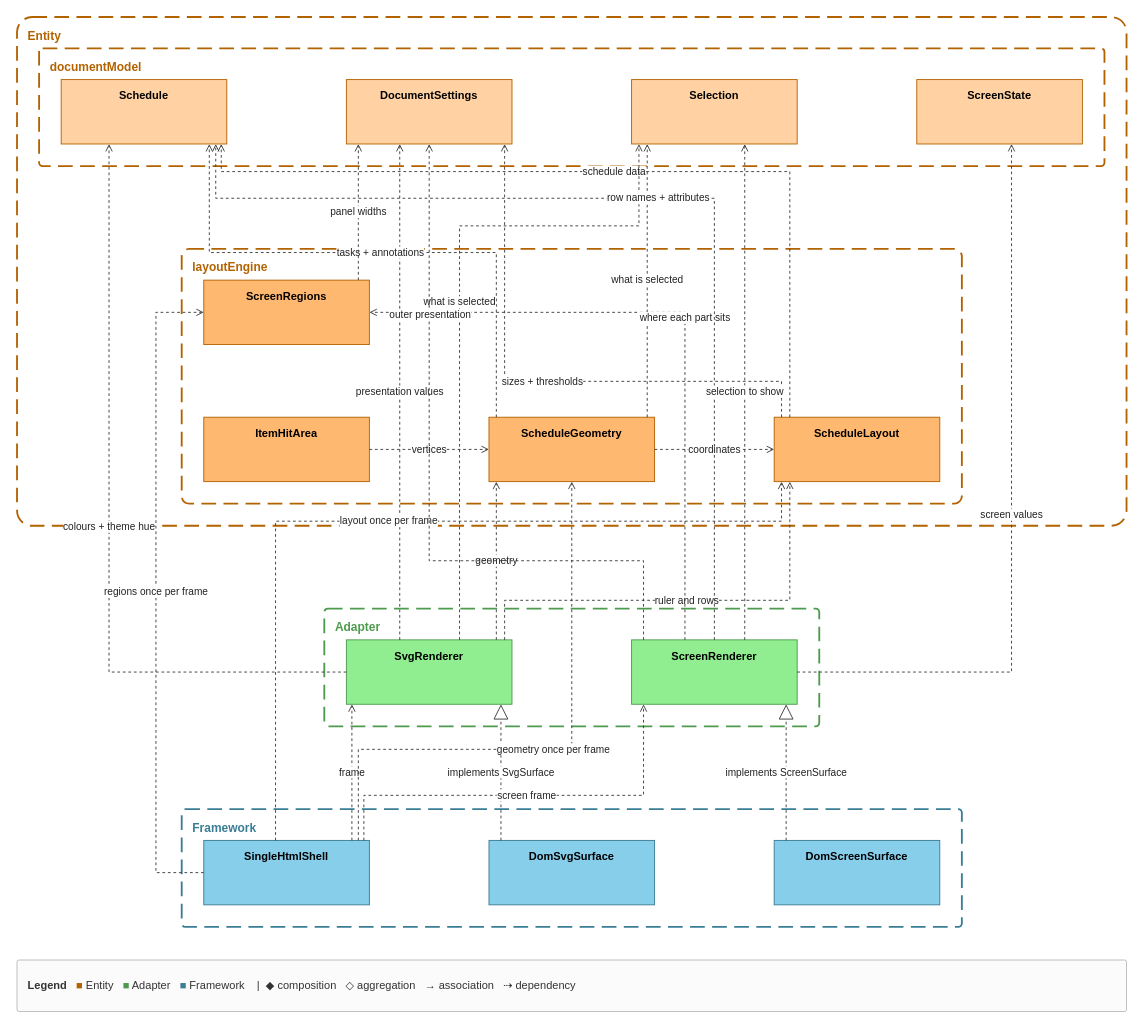
This is docs/spec/_source/view-read.drawio from GoodRelax/gr-scheduler, a draw.io file, before an edit. Source tidied: cells renumbered, new cells numbered last; positions are measured from the earlier drawing's top-left corner, leaving out a move shared by most shapes. Both pictures are drawn from the tidied source at 92%, with x=0, y=0 at pixel (17, 17).
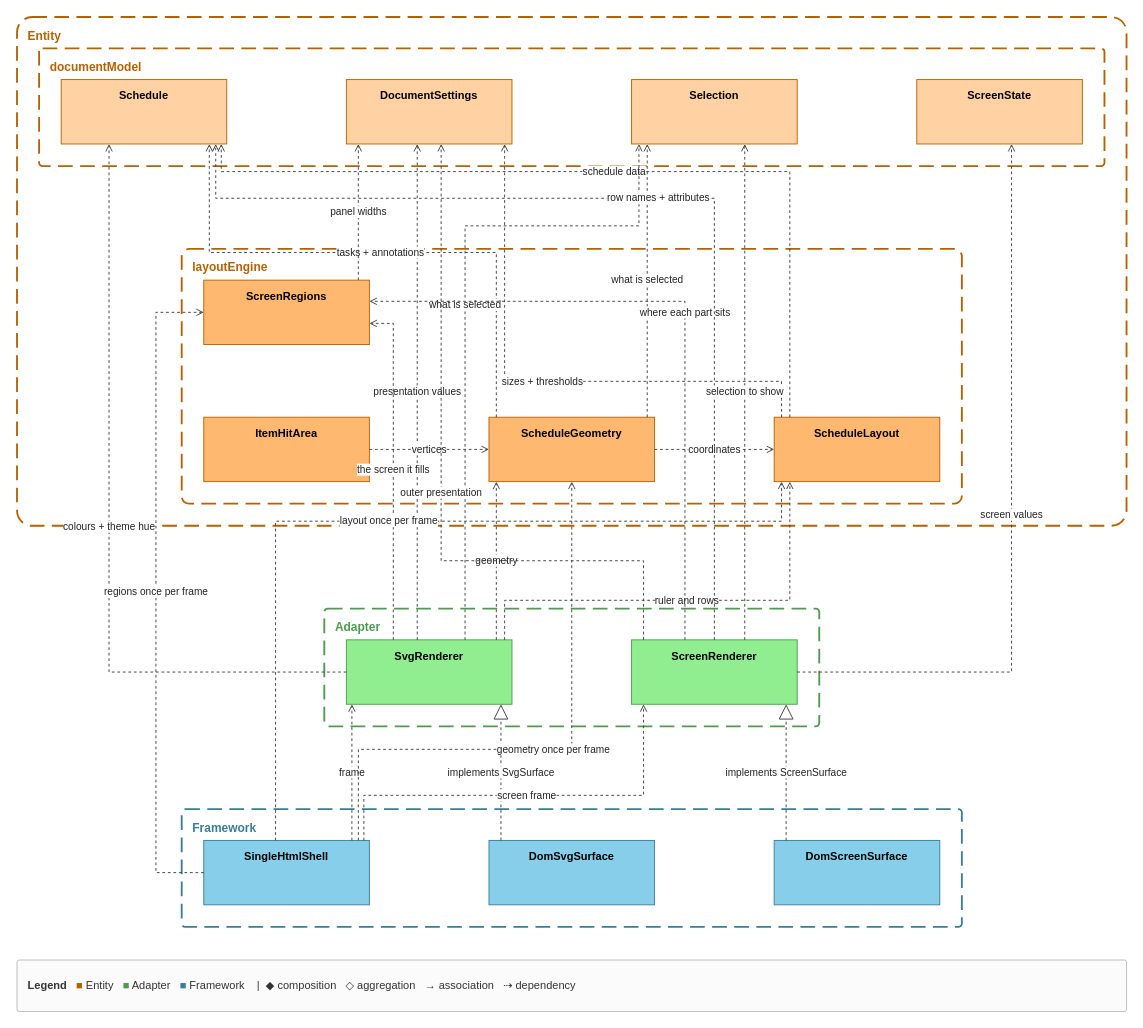
The same page after the edit.

Unchanged cells that the change refers to:
```xml
<mxCell id="7" value="&lt;b&gt;SingleHtmlShell&lt;/b&gt;" style="rounded=0;whiteSpace=wrap;html=1;verticalAlign=top;spacingTop=4;fillColor=#87CEEB;strokeColor=#3A7D95;" parent="1" vertex="1">
  <mxGeometry x="203" y="895" width="180" height="70" as="geometry" />
</mxCell>
<mxCell id="9" value="&lt;b&gt;SvgRenderer&lt;/b&gt;" style="rounded=0;whiteSpace=wrap;html=1;verticalAlign=top;spacingTop=4;fillColor=#90EE90;strokeColor=#4E9A4E;" parent="1" vertex="1">
  <mxGeometry x="358" y="677" width="180" height="70" as="geometry" />
</mxCell>
<mxCell id="10" value="&lt;b&gt;Schedule&lt;/b&gt;" style="rounded=0;whiteSpace=wrap;html=1;verticalAlign=top;spacingTop=4;fillColor=#FFD1A3;strokeColor=#B36200;" parent="1" vertex="1">
  <mxGeometry x="48" y="68" width="180" height="70" as="geometry" />
</mxCell>
<mxCell id="11" value="&lt;b&gt;DocumentSettings&lt;/b&gt;" style="rounded=0;whiteSpace=wrap;html=1;verticalAlign=top;spacingTop=4;fillColor=#FFD1A3;strokeColor=#B36200;" parent="1" vertex="1">
  <mxGeometry x="358" y="68" width="180" height="70" as="geometry" />
</mxCell>
<mxCell id="12" value="&lt;b&gt;ScheduleLayout&lt;/b&gt;" style="rounded=0;whiteSpace=wrap;html=1;verticalAlign=top;spacingTop=4;fillColor=#FFB870;strokeColor=#B36200;" parent="1" vertex="1">
  <mxGeometry x="823" y="435" width="180" height="70" as="geometry" />
</mxCell>
<mxCell id="13" value="&lt;b&gt;ScheduleGeometry&lt;/b&gt;" style="rounded=0;whiteSpace=wrap;html=1;verticalAlign=top;spacingTop=4;fillColor=#FFB870;strokeColor=#B36200;" parent="1" vertex="1">
  <mxGeometry x="513" y="435" width="180" height="70" as="geometry" />
</mxCell>
<mxCell id="15" value="&lt;b&gt;Selection&lt;/b&gt;" style="rounded=0;whiteSpace=wrap;html=1;verticalAlign=top;spacingTop=4;fillColor=#FFD1A3;strokeColor=#B36200;" parent="1" vertex="1">
  <mxGeometry x="668" y="68" width="180" height="70" as="geometry" />
</mxCell>
<mxCell id="16" value="&lt;b&gt;ScreenRegions&lt;/b&gt;" style="rounded=0;whiteSpace=wrap;html=1;verticalAlign=top;spacingTop=4;fillColor=#FFB870;strokeColor=#B36200;" parent="1" vertex="1">
  <mxGeometry x="203" y="286" width="180" height="70" as="geometry" />
</mxCell>
<mxCell id="17" value="&lt;b&gt;ScreenState&lt;/b&gt;" style="rounded=0;whiteSpace=wrap;html=1;verticalAlign=top;spacingTop=4;fillColor=#FFD1A3;strokeColor=#B36200;" parent="1" vertex="1">
  <mxGeometry x="978" y="68" width="180" height="70" as="geometry" />
</mxCell>
<mxCell id="18" value="&lt;b&gt;ScreenRenderer&lt;/b&gt;" style="rounded=0;whiteSpace=wrap;html=1;verticalAlign=top;spacingTop=4;fillColor=#90EE90;strokeColor=#4E9A4E;" parent="1" vertex="1">
  <mxGeometry x="668" y="677" width="180" height="70" as="geometry" />
</mxCell>
<mxCell id="19" value="&lt;b&gt;DomScreenSurface&lt;/b&gt;" style="rounded=0;whiteSpace=wrap;html=1;verticalAlign=top;spacingTop=4;fillColor=#87CEEB;strokeColor=#3A7D95;" parent="1" vertex="1">
  <mxGeometry x="823" y="895" width="180" height="70" as="geometry" />
</mxCell>
```

What changed in the source:
```diff
@@
     <mxCell id="23" value="presentation values" style="edgeStyle=orthogonalEdgeStyle;rounded=0;html=1;strokeColor=#3A3A3A;fontSize=11;fontColor=#222222;labelBackgroundColor=#FFFFFF;endArrow=open;dashed=1;" parent="1" edge="1" source="9" target="11">
       <mxGeometry relative="1" as="geometry">
         <Array as="points">
-          <mxPoint x="416" y="569" />
-          <mxPoint x="416" y="246" />
+          <mxPoint x="435" y="569" />
+          <mxPoint x="435" y="246" />
         </Array>
       </mxGeometry>
     </mxCell>
@@
     <mxCell id="29" value="what is selected" style="edgeStyle=orthogonalEdgeStyle;rounded=0;html=1;strokeColor=#3A3A3A;fontSize=11;fontColor=#222222;labelBackgroundColor=#FFFFFF;endArrow=open;dashed=1;" parent="1" edge="1" source="9" target="15">
       <mxGeometry relative="1" as="geometry">
         <Array as="points">
-          <mxPoint x="481" y="565" />
-          <mxPoint x="481" y="227" />
-          <mxPoint x="481" y="227" />
-          <mxPoint x="481" y="227" />
+          <mxPoint x="487" y="565" />
+          <mxPoint x="487" y="227" />
+          <mxPoint x="487" y="227" />
+          <mxPoint x="487" y="227" />
           <mxPoint x="676" y="227" />
           <mxPoint x="676" y="227" />
           <mxPoint x="676" y="227" />
           <mxPoint x="676" y="175" />
         </Array>
       </mxGeometry>
     </mxCell>
@@
-    <mxCell id="31" value="what is selected" style="edgeStyle=orthogonalEdgeStyle;rounded=0;html=1;strokeColor=#3A3A3A;fontSize=11;fontColor=#222222;labelBackgroundColor=#FFFFFF;endArrow=open;dashed=1;" parent="1" edge="1" source="13" target="15">
+    <mxCell id="31" value="the screen it fills" style="edgeStyle=orthogonalEdgeStyle;rounded=0;html=1;strokeColor=#3A3A3A;fontSize=11;fontColor=#222222;labelBackgroundColor=#FFFFFF;endArrow=open;dashed=1;" parent="1" edge="1" source="9" target="16">
       <mxGeometry relative="1" as="geometry">
         <Array as="points">
-          <mxPoint x="685" y="365" />
-          <mxPoint x="685" y="209" />
+          <mxPoint x="409" y="583" />
+          <mxPoint x="409" y="333" />
+          <mxPoint x="409" y="333" />
+          <mxPoint x="409" y="333" />
+          <mxPoint x="398" y="333" />
         </Array>
       </mxGeometry>
     </mxCell>
-    <mxCell id="32" value="frame" style="edgeStyle=orthogonalEdgeStyle;rounded=0;html=1;strokeColor=#3A3A3A;fontSize=11;fontColor=#222222;labelBackgroundColor=#FFFFFF;endArrow=open;dashed=1;" parent="1" edge="1" source="7" target="9">
+    <mxCell id="32" value="what is selected" style="edgeStyle=orthogonalEdgeStyle;rounded=0;html=1;strokeColor=#3A3A3A;fontSize=11;fontColor=#222222;labelBackgroundColor=#FFFFFF;endArrow=open;dashed=1;" parent="1" edge="1" source="13" target="15">
       <mxGeometry relative="1" as="geometry">
         <Array as="points">
-          <mxPoint x="364" y="854" />
-          <mxPoint x="364" y="788" />
+          <mxPoint x="685" y="365" />
+          <mxPoint x="685" y="209" />
         </Array>
       </mxGeometry>
     </mxCell>
-    <mxCell id="33" value="layout once per frame" style="edgeStyle=orthogonalEdgeStyle;rounded=0;html=1;strokeColor=#3A3A3A;fontSize=11;fontColor=#222222;labelBackgroundColor=#FFFFFF;endArrow=open;dashed=1;" parent="1" edge="1" source="7" target="12">
+    <mxCell id="33" value="frame" style="edgeStyle=orthogonalEdgeStyle;rounded=0;html=1;strokeColor=#3A3A3A;fontSize=11;fontColor=#222222;labelBackgroundColor=#FFFFFF;endArrow=open;dashed=1;" parent="1" edge="1" source="7" target="9">
       <mxGeometry relative="1" as="geometry">
         <Array as="points">
-          <mxPoint x="281" y="800" />
-          <mxPoint x="281" y="548" />
-          <mxPoint x="281" y="548" />
-          <mxPoint x="281" y="548" />
-          <mxPoint x="831" y="548" />
-          <mxPoint x="831" y="548" />
-          <mxPoint x="831" y="548" />
-          <mxPoint x="831" y="526" />
+          <mxPoint x="364" y="854" />
+          <mxPoint x="364" y="788" />
         </Array>
       </mxGeometry>
     </mxCell>
-    <mxCell id="34" value="geometry once per frame" style="edgeStyle=orthogonalEdgeStyle;rounded=0;html=1;strokeColor=#3A3A3A;fontSize=11;fontColor=#222222;labelBackgroundColor=#FFFFFF;endArrow=open;dashed=1;" parent="1" edge="1" source="7" target="13">
+    <mxCell id="34" value="layout once per frame" style="edgeStyle=orthogonalEdgeStyle;rounded=0;html=1;strokeColor=#3A3A3A;fontSize=11;fontColor=#222222;labelBackgroundColor=#FFFFFF;endArrow=open;dashed=1;" parent="1" edge="1" source="7" target="12">
       <mxGeometry relative="1" as="geometry">
         <Array as="points">
-          <mxPoint x="371" y="855" />
-          <mxPoint x="371" y="796" />
-          <mxPoint x="371" y="796" />
-          <mxPoint x="371" y="796" />
-          <mxPoint x="603" y="796" />
-          <mxPoint x="603" y="796" />
-          <mxPoint x="603" y="796" />
-          <mxPoint x="603" y="589" />
+          <mxPoint x="281" y="800" />
+          <mxPoint x="281" y="548" />
+          <mxPoint x="281" y="548" />
+          <mxPoint x="281" y="548" />
+          <mxPoint x="831" y="548" />
+          <mxPoint x="831" y="548" />
+          <mxPoint x="831" y="548" />
+          <mxPoint x="831" y="526" />
         </Array>
       </mxGeometry>
     </mxCell>
-    <mxCell id="35" value="regions once per frame" style="edgeStyle=orthogonalEdgeStyle;rounded=0;html=1;strokeColor=#3A3A3A;fontSize=11;fontColor=#222222;labelBackgroundColor=#FFFFFF;endArrow=open;dashed=1;" parent="1" edge="1" source="7" target="16">
+    <mxCell id="35" value="geometry once per frame" style="edgeStyle=orthogonalEdgeStyle;rounded=0;html=1;strokeColor=#3A3A3A;fontSize=11;fontColor=#222222;labelBackgroundColor=#FFFFFF;endArrow=open;dashed=1;" parent="1" edge="1" source="7" target="13">
       <mxGeometry relative="1" as="geometry">
         <Array as="points">
-          <mxPoint x="175" y="930" />
-          <mxPoint x="151" y="930" />
-          <mxPoint x="151" y="930" />
-          <mxPoint x="151" y="930" />
-          <mxPoint x="151" y="321" />
-          <mxPoint x="151" y="321" />
-          <mxPoint x="151" y="321" />
-          <mxPoint x="175" y="321" />
+          <mxPoint x="371" y="855" />
+          <mxPoint x="371" y="796" />
+          <mxPoint x="371" y="796" />
+          <mxPoint x="371" y="796" />
+          <mxPoint x="603" y="796" />
+          <mxPoint x="603" y="796" />
+          <mxPoint x="603" y="796" />
+          <mxPoint x="603" y="589" />
         </Array>
       </mxGeometry>
     </mxCell>
-    <mxCell id="36" value="panel widths" style="edgeStyle=orthogonalEdgeStyle;rounded=0;html=1;strokeColor=#3A3A3A;fontSize=11;fontColor=#222222;labelBackgroundColor=#FFFFFF;endArrow=open;dashed=1;" parent="1" edge="1" source="16" target="11">
+    <mxCell id="36" value="regions once per frame" style="edgeStyle=orthogonalEdgeStyle;rounded=0;html=1;strokeColor=#3A3A3A;fontSize=11;fontColor=#222222;labelBackgroundColor=#FFFFFF;endArrow=open;dashed=1;" parent="1" edge="1" source="7" target="16">
       <mxGeometry relative="1" as="geometry">
         <Array as="points">
-          <mxPoint x="371" y="245" />
-          <mxPoint x="371" y="179" />
+          <mxPoint x="175" y="930" />
+          <mxPoint x="151" y="930" />
+          <mxPoint x="151" y="930" />
+          <mxPoint x="151" y="930" />
+          <mxPoint x="151" y="321" />
+          <mxPoint x="151" y="321" />
+          <mxPoint x="151" y="321" />
+          <mxPoint x="175" y="321" />
         </Array>
       </mxGeometry>
     </mxCell>
-    <mxCell id="37" value="screen frame" style="edgeStyle=orthogonalEdgeStyle;rounded=0;html=1;strokeColor=#3A3A3A;fontSize=11;fontColor=#222222;labelBackgroundColor=#FFFFFF;endArrow=open;dashed=1;" parent="1" edge="1" source="7" target="18">
+    <mxCell id="37" value="panel widths" style="edgeStyle=orthogonalEdgeStyle;rounded=0;html=1;strokeColor=#3A3A3A;fontSize=11;fontColor=#222222;labelBackgroundColor=#FFFFFF;endArrow=open;dashed=1;" parent="1" edge="1" source="16" target="11">
       <mxGeometry relative="1" as="geometry">
         <Array as="points">
-          <mxPoint x="377" y="872" />
-          <mxPoint x="377" y="846" />
-          <mxPoint x="377" y="846" />
-          <mxPoint x="377" y="846" />
-          <mxPoint x="681" y="846" />
-          <mxPoint x="681" y="846" />
-          <mxPoint x="681" y="846" />
-          <mxPoint x="681" y="787" />
+          <mxPoint x="371" y="245" />
+          <mxPoint x="371" y="179" />
         </Array>
       </mxGeometry>
     </mxCell>
-    <mxCell id="38" value="implements ScreenSurface" style="edgeStyle=orthogonalEdgeStyle;rounded=0;html=1;strokeColor=#3A3A3A;fontSize=11;fontColor=#222222;labelBackgroundColor=#FFFFFF;endArrow=block;endFill=0;endSize=14;dashed=1;" parent="1" edge="1" source="19" target="18">
+    <mxCell id="38" value="screen frame" style="edgeStyle=orthogonalEdgeStyle;rounded=0;html=1;strokeColor=#3A3A3A;fontSize=11;fontColor=#222222;labelBackgroundColor=#FFFFFF;endArrow=open;dashed=1;" parent="1" edge="1" source="7" target="18">
       <mxGeometry relative="1" as="geometry">
         <Array as="points">
-          <mxPoint x="836" y="854" />
-          <mxPoint x="836" y="788" />
+          <mxPoint x="377" y="872" />
+          <mxPoint x="377" y="846" />
+          <mxPoint x="377" y="846" />
+          <mxPoint x="377" y="846" />
+          <mxPoint x="681" y="846" />
+          <mxPoint x="681" y="846" />
+          <mxPoint x="681" y="846" />
+          <mxPoint x="681" y="787" />
         </Array>
       </mxGeometry>
     </mxCell>
-    <mxCell id="39" value="where each part sits" style="edgeStyle=orthogonalEdgeStyle;rounded=0;html=1;strokeColor=#3A3A3A;fontSize=11;fontColor=#222222;labelBackgroundColor=#FFFFFF;endArrow=open;dashed=1;" parent="1" edge="1" source="18" target="16">
+    <mxCell id="39" value="implements ScreenSurface" style="edgeStyle=orthogonalEdgeStyle;rounded=0;html=1;strokeColor=#3A3A3A;fontSize=11;fontColor=#222222;labelBackgroundColor=#FFFFFF;endArrow=block;endFill=0;endSize=14;dashed=1;" parent="1" edge="1" source="19" target="18">
       <mxGeometry relative="1" as="geometry">
         <Array as="points">
-          <mxPoint x="726" y="580" />
-          <mxPoint x="726" y="321" />
-          <mxPoint x="726" y="321" />
-          <mxPoint x="726" y="321" />
-          <mxPoint x="510" y="321" />
+          <mxPoint x="836" y="854" />
+          <mxPoint x="836" y="788" />
         </Array>
       </mxGeometry>
     </mxCell>
-    <mxCell id="40" value="screen values" style="edgeStyle=orthogonalEdgeStyle;rounded=0;html=1;strokeColor=#3A3A3A;fontSize=11;fontColor=#222222;labelBackgroundColor=#FFFFFF;endArrow=open;dashed=1;" parent="1" edge="1" source="18" target="17">
+    <mxCell id="40" value="where each part sits" style="edgeStyle=orthogonalEdgeStyle;rounded=0;html=1;strokeColor=#3A3A3A;fontSize=11;fontColor=#222222;labelBackgroundColor=#FFFFFF;endArrow=open;dashed=1;" parent="1" edge="1" source="18" target="16">
       <mxGeometry relative="1" as="geometry">
         <Array as="points">
-          <mxPoint x="944" y="712" />
-          <mxPoint x="1081" y="712" />
-          <mxPoint x="1081" y="712" />
-          <mxPoint x="1081" y="712" />
-          <mxPoint x="1081" y="268" />
+          <mxPoint x="726" y="578" />
+          <mxPoint x="726" y="309" />
+          <mxPoint x="726" y="309" />
+          <mxPoint x="726" y="309" />
+          <mxPoint x="510" y="309" />
         </Array>
       </mxGeometry>
     </mxCell>
-    <mxCell id="41" value="row names + attributes" style="edgeStyle=orthogonalEdgeStyle;rounded=0;html=1;strokeColor=#3A3A3A;fontSize=11;fontColor=#222222;labelBackgroundColor=#FFFFFF;endArrow=open;dashed=1;" parent="1" edge="1" source="18" target="10">
+    <mxCell id="41" value="screen values" style="edgeStyle=orthogonalEdgeStyle;rounded=0;html=1;strokeColor=#3A3A3A;fontSize=11;fontColor=#222222;labelBackgroundColor=#FFFFFF;endArrow=open;dashed=1;" parent="1" edge="1" source="18" target="17">
       <mxGeometry relative="1" as="geometry">
         <Array as="points">
-          <mxPoint x="758" y="560" />
-          <mxPoint x="758" y="197" />
-          <mxPoint x="758" y="197" />
-          <mxPoint x="758" y="197" />
-          <mxPoint x="216" y="197" />
-          <mxPoint x="216" y="197" />
-          <mxPoint x="216" y="197" />
-          <mxPoint x="216" y="165" />
+          <mxPoint x="944" y="712" />
+          <mxPoint x="1081" y="712" />
+          <mxPoint x="1081" y="712" />
+          <mxPoint x="1081" y="712" />
+          <mxPoint x="1081" y="268" />
         </Array>
       </mxGeometry>
     </mxCell>
-    <mxCell id="42" style="edgeStyle=orthogonalEdgeStyle;rounded=0;html=1;strokeColor=#3A3A3A;fontSize=11;fontColor=#222222;labelBackgroundColor=#FFFFFF;endArrow=open;dashed=1;" parent="1" edge="1" source="18" target="11">
+    <mxCell id="42" value="row names + attributes" style="edgeStyle=orthogonalEdgeStyle;rounded=0;html=1;strokeColor=#3A3A3A;fontSize=11;fontColor=#222222;labelBackgroundColor=#FFFFFF;endArrow=open;dashed=1;" parent="1" edge="1" source="18" target="10">
       <mxGeometry relative="1" as="geometry">
         <Array as="points">
-          <mxPoint x="681" y="641" />
-          <mxPoint x="681" y="591" />
-          <mxPoint x="681" y="591" />
-          <mxPoint x="681" y="591" />
-          <mxPoint x="448" y="591" />
-          <mxPoint x="448" y="591" />
-          <mxPoint x="448" y="591" />
-          <mxPoint x="448" y="251" />
+          <mxPoint x="758" y="560" />
+          <mxPoint x="758" y="197" />
+          <mxPoint x="758" y="197" />
+          <mxPoint x="758" y="197" />
+          <mxPoint x="216" y="197" />
+          <mxPoint x="216" y="197" />
+          <mxPoint x="216" y="197" />
+          <mxPoint x="216" y="165" />
         </Array>
       </mxGeometry>
     </mxCell>
-    <mxCell id="43" value="outer presentation" style="edgeLabel;html=1;align=center;verticalAlign=middle;labelBackgroundColor=#FFFFFF;fontSize=11;fontColor=#222222;" parent="42" vertex="1">
-      <mxGeometry x="0.52" relative="1" as="geometry" />
-    </mxCell>
-    <mxCell id="44" value="selection to show" style="edgeStyle=orthogonalEdgeStyle;rounded=0;html=1;strokeColor=#3A3A3A;fontSize=11;fontColor=#222222;labelBackgroundColor=#FFFFFF;endArrow=open;dashed=1;" parent="1" edge="1" source="18" target="15">
+    <mxCell id="44" value="outer presentation" style="edgeStyle=orthogonalEdgeStyle;rounded=0;html=1;strokeColor=#3A3A3A;fontSize=11;fontColor=#222222;labelBackgroundColor=#FFFFFF;endArrow=open;dashed=1;" parent="1" edge="1" source="18" target="11">
       <mxGeometry relative="1" as="geometry">
         <Array as="points">
-          <mxPoint x="791" y="569" />
-          <mxPoint x="791" y="246" />
+          <mxPoint x="681" y="641" />
+          <mxPoint x="681" y="591" />
+          <mxPoint x="681" y="591" />
+          <mxPoint x="681" y="591" />
+          <mxPoint x="461" y="591" />
+          <mxPoint x="461" y="591" />
+          <mxPoint x="461" y="591" />
+          <mxPoint x="461" y="251" />
         </Array>
       </mxGeometry>
     </mxCell>
+    <mxCell id="46" value="selection to show" style="edgeStyle=orthogonalEdgeStyle;rounded=0;html=1;strokeColor=#3A3A3A;fontSize=11;fontColor=#222222;labelBackgroundColor=#FFFFFF;endArrow=open;dashed=1;" parent="1" edge="1" source="18" target="15">
+      <mxGeometry relative="1" as="geometry">
+        <Array as="points">
+          <mxPoint x="791" y="569" />
+          <mxPoint x="791" y="246" />
+        </Array>
+      </mxGeometry>
+    </mxCell>
```
